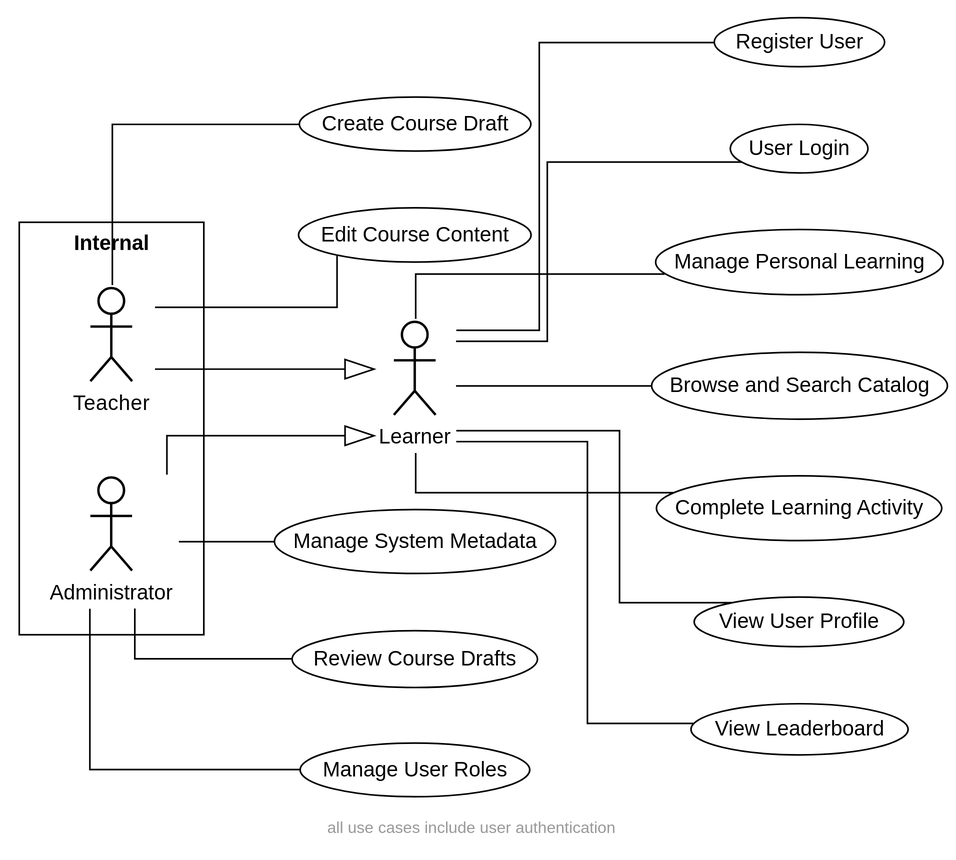
SEPCheesecakeFactory/SEP3 keeps this PlantUML diagram as out/Analysis/UseCaseDiagram/UseCaseDiagram.svg. Above is the earlier version.
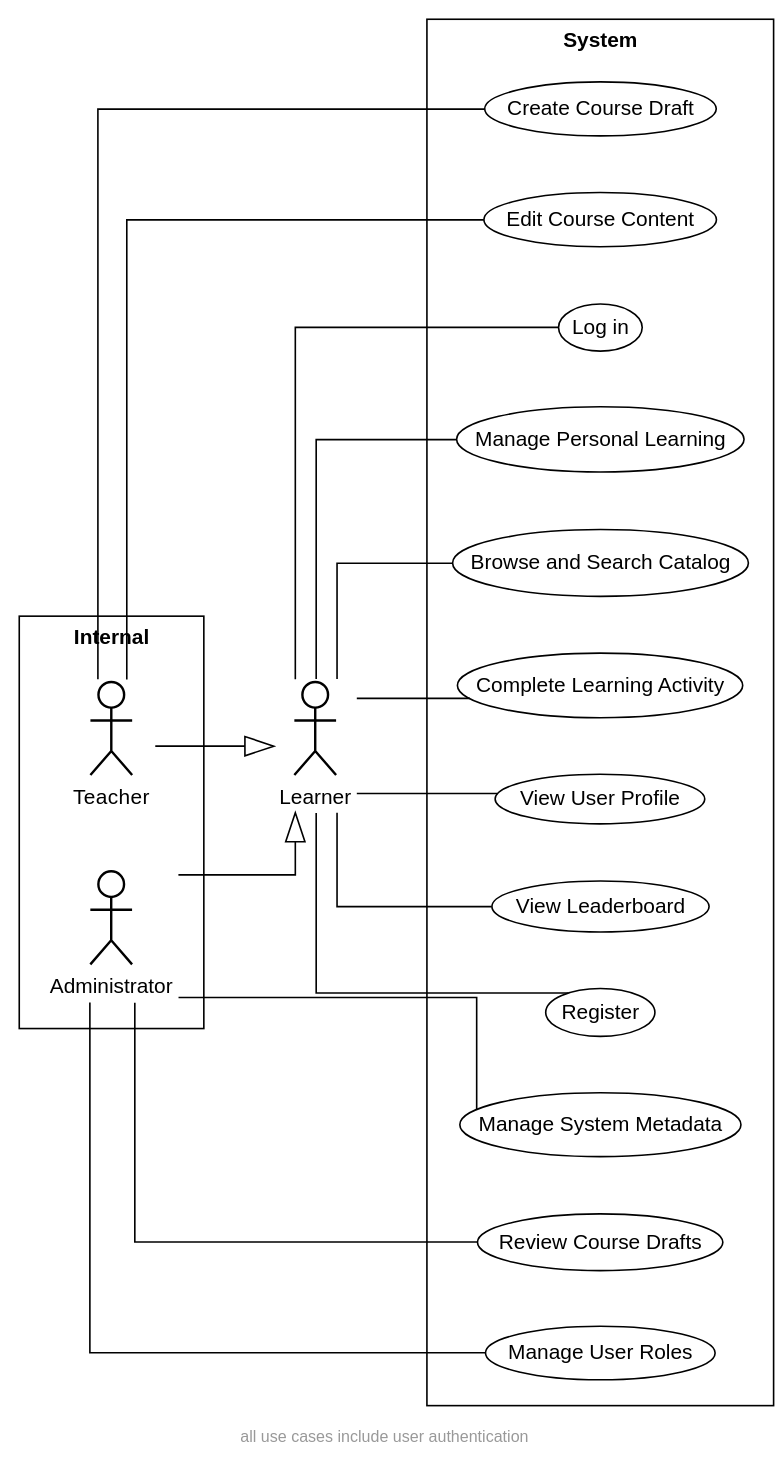
Above is the later version.

Commit message:
[Update] Use Case Diagram

Change to the diagram source:
```diff
@@ -1,7 +1,7 @@
 @startuml
 !include https://raw.githubusercontent.com/fredoslav2004/MinimalThemePUML/refs/heads/main/minimal-theme.puml
 
-scale 2
+scale 1
 left to right direction
 
 actor "Learner" as s
@@ -13,18 +13,21 @@
 t --|> s
 a --|> s
 
-usecase "Register User" as UC1
-usecase "User Login" as UC2
-usecase "Manage Personal Learning" as UC3
-usecase "Browse and Search Catalog" as UC4
-usecase "Complete Learning Activity" as UC5
-usecase "View User Profile" as UC6
-usecase "View Leaderboard" as UC7
-usecase "Create Course Draft" as UC8
-usecase "Edit Course Content" as UC9
-usecase "Manage System Metadata" as UC10
-usecase "Review Course Drafts" as UC11
-usecase "Manage User Roles" as UC12
+package System {
+    usecase "Register" as UC1
+    usecase "Log in" as UC2
+    usecase "Manage Personal Learning" as UC3
+    usecase "Browse and Search Catalog" as UC4
+    usecase "Complete Learning Activity" as UC5
+    usecase "View User Profile" as UC6
+    usecase "View Leaderboard" as UC7
+    usecase "Create Course Draft" as UC8
+    usecase "Edit Course Content" as UC9
+    usecase "Manage System Metadata" as UC10
+    usecase "Review Course Drafts" as UC11
+    usecase "Manage User Roles" as UC12
+}
+
 
 s -- UC1
 s -- UC2
```
